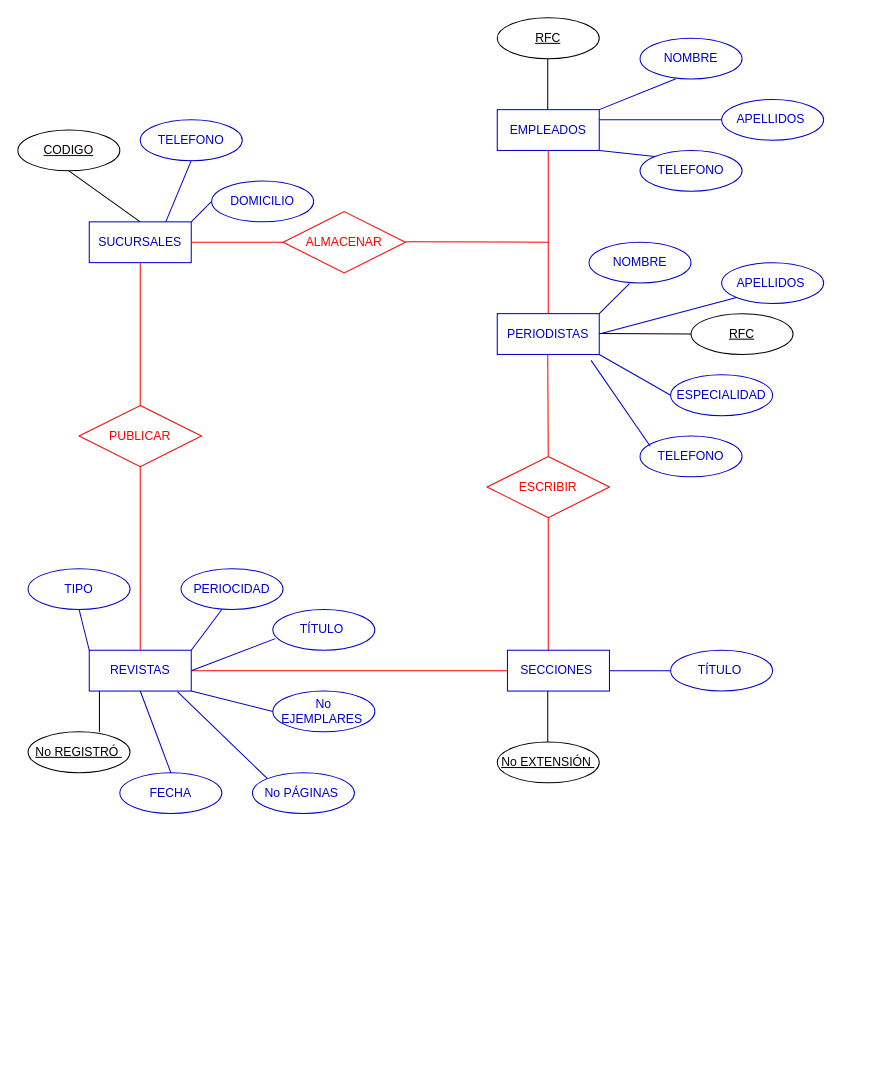
Before: formularios.drawio in IVONNE80/BASE-DE-DATOS, a draw.io diagram. Source tidied: cells renumbered, new cells numbered last; positions are measured from the earlier drawing's top-left corner, leaving out a move shared by most shapes. Both pictures are drawn from the tidied source at 102%, with x=0, y=0 at pixel (17, 17).
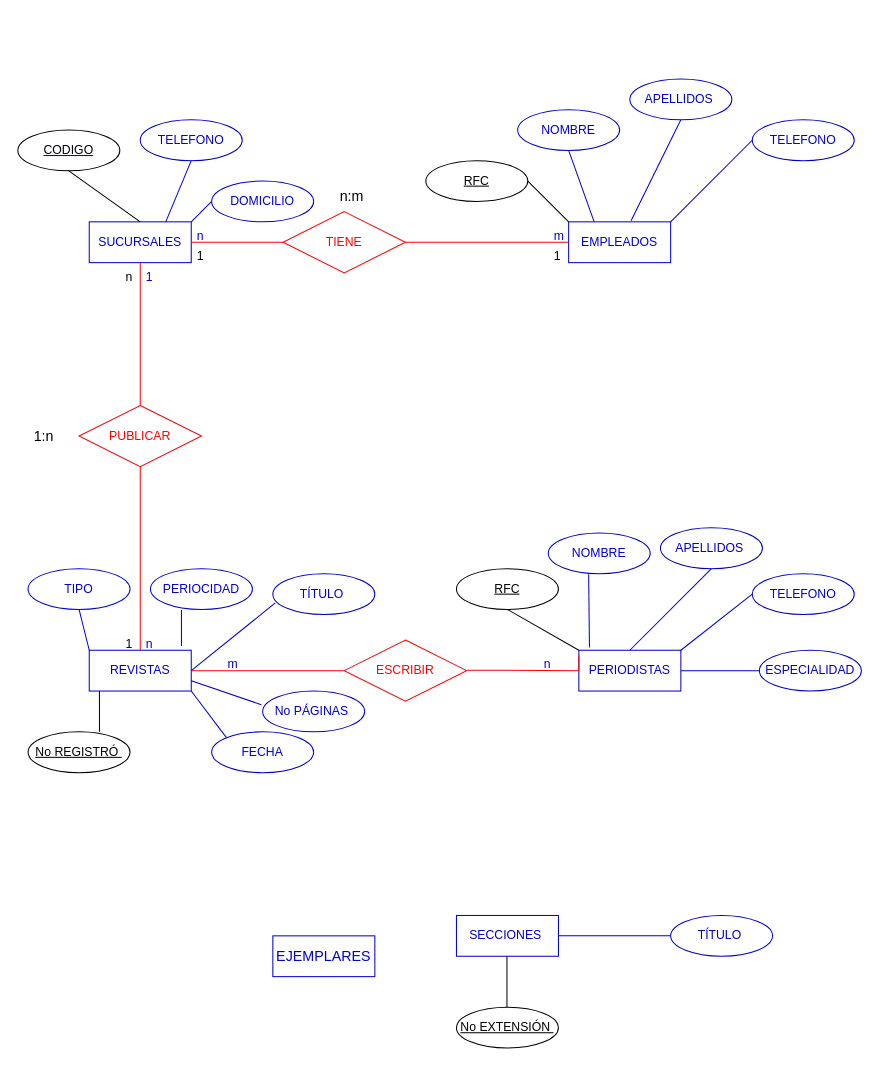
The same page after the edit.

Unchanged cells that the change refers to:
```xml
<mxCell id="4" value="&lt;font color=&quot;#0000cc&quot;&gt;REVISTAS&lt;/font&gt;" style="whiteSpace=wrap;html=1;align=center;strokeColor=#0000CC;" parent="1" vertex="1">
  <mxGeometry x="70" y="620" width="100" height="40" as="geometry" />
</mxCell>
```

Change to the diagram source:
```diff
@@
     <mxCell id="3" value="&lt;font color=&quot;#0000cc&quot;&gt;EMPLEADOS&lt;/font&gt;" style="whiteSpace=wrap;html=1;align=center;strokeColor=#0000CC;" parent="1" vertex="1">
-      <mxGeometry x="470" y="90" width="100" height="40" as="geometry" />
+      <mxGeometry x="540" y="200" width="100" height="40" as="geometry" />
     </mxCell>
@@
-    <mxCell id="5" value="&lt;font color=&quot;#ff0000&quot;&gt;ALMACENAR&lt;/font&gt;" style="shape=rhombus;perimeter=rhombusPerimeter;whiteSpace=wrap;html=1;align=center;strokeColor=#FF0000;" parent="1" vertex="1">
+    <mxCell id="5" value="&lt;font color=&quot;#ff0000&quot;&gt;TIENE&lt;/font&gt;" style="shape=rhombus;perimeter=rhombusPerimeter;whiteSpace=wrap;html=1;align=center;strokeColor=#FF0000;" parent="1" vertex="1">
       <mxGeometry x="260" y="190" width="120" height="60" as="geometry" />
     </mxCell>
@@
     <mxCell id="7" value="&lt;font color=&quot;#ff0000&quot;&gt;ESCRIBIR&lt;/font&gt;" style="shape=rhombus;perimeter=rhombusPerimeter;whiteSpace=wrap;html=1;align=center;strokeColor=#FF0000;" parent="1" vertex="1">
-      <mxGeometry x="460" y="430" width="120" height="60" as="geometry" />
+      <mxGeometry x="320" y="610" width="120" height="60" as="geometry" />
     </mxCell>
     <mxCell id="8" value="&lt;font color=&quot;#0000cc&quot;&gt;PERIODISTAS&lt;/font&gt;" style="whiteSpace=wrap;html=1;align=center;strokeColor=#0000CC;" parent="1" vertex="1">
-      <mxGeometry x="470" y="290" width="100" height="40" as="geometry" />
+      <mxGeometry x="550" y="620" width="100" height="40" as="geometry" />
     </mxCell>
-    <mxCell id="9" style="endArrow=none;html=1;rounded=0;strokeColor=#FF0000;" parent="1" edge="1">
-      <mxGeometry relative="1" as="geometry">
-        <mxPoint x="520" y="290" as="sourcePoint" />
-        <mxPoint x="520" y="220" as="targetPoint" />
-      </mxGeometry>
-    </mxCell>
-    <mxCell id="10" style="endArrow=none;html=1;rounded=0;entryX=0.5;entryY=1;entryDx=0;entryDy=0;strokeColor=#FF0000;" parent="1" edge="1" target="3">
+    <mxCell id="10" style="endArrow=none;html=1;rounded=0;strokeColor=#FF0000;entryX=0;entryY=0.5;entryDx=0;entryDy=0;startArrow=none;exitX=1;exitY=0.5;exitDx=0;exitDy=0;" parent="1" edge="1" source="5" target="3">
       <mxGeometry relative="1" as="geometry">
-        <mxPoint x="380" y="219.5" as="sourcePoint" />
         <Array as="points">
           <mxPoint x="520" y="220" />
         </Array>
       </mxGeometry>
     </mxCell>
@@
-    <mxCell id="13" style="endArrow=none;html=1;rounded=0;entryX=0.5;entryY=1;entryDx=0;entryDy=0;strokeColor=#FF0000;" parent="1" edge="1">
+    <mxCell id="13" style="endArrow=none;html=1;rounded=0;entryX=1;entryY=0.5;entryDx=0;entryDy=0;strokeColor=#FF0000;" parent="1" edge="1" target="4">
       <mxGeometry relative="1" as="geometry">
-        <mxPoint x="520" y="430" as="sourcePoint" />
-        <mxPoint x="519.5" y="330" as="targetPoint" />
+        <mxPoint x="319.5" y="640" as="sourcePoint" />
       </mxGeometry>
     </mxCell>
-    <mxCell id="14" style="endArrow=none;html=1;rounded=0;strokeColor=#FF0000;" parent="1" edge="1">
-      <mxGeometry relative="1" as="geometry">
-        <mxPoint x="170" y="220" as="sourcePoint" />
-        <mxPoint x="260" y="220" as="targetPoint" />
-      </mxGeometry>
-    </mxCell>
-    <mxCell id="15" style="endArrow=none;html=1;rounded=0;exitX=1;exitY=0.5;exitDx=0;exitDy=0;entryX=0.5;entryY=1;entryDx=0;entryDy=0;strokeColor=#FF0000;startArrow=none;" parent="1" edge="1" source="39" target="7">
-      <mxGeometry relative="1" as="geometry">
-        <Array as="points">
-          <mxPoint x="520" y="640" />
-        </Array>
-      </mxGeometry>
-    </mxCell>
@@
     <mxCell id="17" value="RFC" style="ellipse;whiteSpace=wrap;html=1;align=center;fontStyle=4;strokeColor=#000000;fontColor=#000000;" parent="1" vertex="1">
-      <mxGeometry x="470" width="100" height="40" as="geometry" />
+      <mxGeometry x="400" y="140" width="100" height="40" as="geometry" />
     </mxCell>
     <mxCell id="18" value="RFC" style="ellipse;whiteSpace=wrap;html=1;align=center;fontStyle=4;strokeColor=#000000;fontColor=#000000;" parent="1" vertex="1">
-      <mxGeometry x="660" y="290" width="100" height="40" as="geometry" />
+      <mxGeometry x="430" y="540" width="100" height="40" as="geometry" />
     </mxCell>
@@
-    <mxCell id="21" style="endArrow=none;html=1;rounded=0;strokeColor=#000000;fontColor=#000000;entryX=0.5;entryY=1;entryDx=0;entryDy=0;exitX=0.5;exitY=0;exitDx=0;exitDy=0;" parent="1" edge="1">
+    <mxCell id="21" style="endArrow=none;html=1;rounded=0;strokeColor=#000000;fontColor=#000000;entryX=1;entryY=0.5;entryDx=0;entryDy=0;exitX=0.5;exitY=0;exitDx=0;exitDy=0;" parent="1" edge="1" target="17">
       <mxGeometry relative="1" as="geometry">
-        <mxPoint x="519.5" y="90" as="sourcePoint" />
-        <mxPoint x="519.5" y="40" as="targetPoint" />
+        <mxPoint x="540" y="200" as="sourcePoint" />
       </mxGeometry>
     </mxCell>
@@
-    <mxCell id="23" style="endArrow=none;html=1;rounded=0;strokeColor=#000000;fontColor=#000000;" parent="1" edge="1">
+    <mxCell id="23" style="endArrow=none;html=1;rounded=0;strokeColor=#000000;fontColor=#000000;entryX=0;entryY=0;entryDx=0;entryDy=0;" parent="1" edge="1" target="8">
       <mxGeometry relative="1" as="geometry">
-        <mxPoint x="570" y="309.5" as="sourcePoint" />
-        <mxPoint x="660" y="310" as="targetPoint" />
+        <mxPoint x="480" y="580" as="sourcePoint" />
       </mxGeometry>
     </mxCell>
@@
     <mxCell id="26" value="&lt;font color=&quot;#0000cc&quot;&gt;NOMBRE&lt;/font&gt;" style="ellipse;whiteSpace=wrap;html=1;align=center;strokeColor=#0000CC;fontColor=#000000;" parent="1" vertex="1">
-      <mxGeometry x="610" y="20" width="100" height="40" as="geometry" />
+      <mxGeometry x="490" y="90" width="100" height="40" as="geometry" />
     </mxCell>
     <mxCell id="27" value="&lt;font color=&quot;#0000cc&quot;&gt;APELLIDOS&amp;nbsp;&lt;/font&gt;" style="ellipse;whiteSpace=wrap;html=1;align=center;strokeColor=#0000CC;fontColor=#000000;" parent="1" vertex="1">
-      <mxGeometry x="690" y="80" width="100" height="40" as="geometry" />
+      <mxGeometry x="600" y="60" width="100" height="40" as="geometry" />
     </mxCell>
     <mxCell id="28" value="&lt;font color=&quot;#0000cc&quot;&gt;TELEFONO&lt;/font&gt;" style="ellipse;whiteSpace=wrap;html=1;align=center;strokeColor=#0000CC;fontColor=#000000;" parent="1" vertex="1">
-      <mxGeometry x="610" y="130" width="100" height="40" as="geometry" />
+      <mxGeometry x="720" y="100" width="100" height="40" as="geometry" />
     </mxCell>
     <mxCell id="29" value="&lt;font color=&quot;#0000cc&quot;&gt;NOMBRE&lt;/font&gt;" style="ellipse;whiteSpace=wrap;html=1;align=center;strokeColor=#0000CC;fontColor=#000000;" parent="1" vertex="1">
-      <mxGeometry x="560" y="220" width="100" height="40" as="geometry" />
+      <mxGeometry x="520" y="505" width="100" height="40" as="geometry" />
     </mxCell>
     <mxCell id="30" value="&lt;font color=&quot;#0000cc&quot;&gt;APELLIDOS&amp;nbsp;&lt;/font&gt;" style="ellipse;whiteSpace=wrap;html=1;align=center;strokeColor=#0000CC;fontColor=#000000;" parent="1" vertex="1">
-      <mxGeometry x="690" y="240" width="100" height="40" as="geometry" />
+      <mxGeometry x="630" y="500" width="100" height="40" as="geometry" />
     </mxCell>
     <mxCell id="31" value="&lt;font color=&quot;#0000cc&quot;&gt;TELEFONO&lt;/font&gt;" style="ellipse;whiteSpace=wrap;html=1;align=center;strokeColor=#0000CC;fontColor=#000000;" parent="1" vertex="1">
-      <mxGeometry x="610" y="410" width="100" height="40" as="geometry" />
+      <mxGeometry x="720" y="545" width="100" height="40" as="geometry" />
     </mxCell>
     <mxCell id="32" value="&lt;font color=&quot;#0000cc&quot;&gt;ESPECIALIDAD&lt;/font&gt;" style="ellipse;whiteSpace=wrap;html=1;align=center;strokeColor=#0000CC;fontColor=#000000;" parent="1" vertex="1">
-      <mxGeometry x="640" y="350" width="100" height="40" as="geometry" />
+      <mxGeometry x="727" y="620" width="100" height="40" as="geometry" />
     </mxCell>
     <mxCell id="33" value="&lt;font color=&quot;#0000cc&quot;&gt;TÍTULO&amp;nbsp;&lt;/font&gt;" style="ellipse;whiteSpace=wrap;html=1;align=center;strokeColor=#0000CC;fontColor=#000000;" parent="1" vertex="1">
-      <mxGeometry x="250" y="580" width="100" height="40" as="geometry" />
+      <mxGeometry x="250" y="545" width="100" height="40" as="geometry" />
     </mxCell>
     <mxCell id="34" value="&lt;font color=&quot;#0000cc&quot;&gt;PERIOCIDAD&lt;/font&gt;" style="ellipse;whiteSpace=wrap;html=1;align=center;strokeColor=#0000CC;fontColor=#000000;" parent="1" vertex="1">
-      <mxGeometry x="160" y="540" width="100" height="40" as="geometry" />
+      <mxGeometry x="130" y="540" width="100" height="40" as="geometry" />
     </mxCell>
@@
     <mxCell id="36" value="&lt;font color=&quot;#0000cc&quot;&gt;FECHA&lt;/font&gt;" style="ellipse;whiteSpace=wrap;html=1;align=center;strokeColor=#0000CC;fontColor=#000000;" parent="1" vertex="1">
-      <mxGeometry x="100" y="740" width="100" height="40" as="geometry" />
+      <mxGeometry x="190" y="700" width="100" height="40" as="geometry" />
     </mxCell>
     <mxCell id="37" value="&lt;font color=&quot;#0000cc&quot;&gt;No PÁGINAS&amp;nbsp;&lt;/font&gt;" style="ellipse;whiteSpace=wrap;html=1;align=center;strokeColor=#0000CC;fontColor=#000000;" parent="1" vertex="1">
-      <mxGeometry x="230" y="740" width="100" height="40" as="geometry" />
+      <mxGeometry x="240" y="660" width="100" height="40" as="geometry" />
     </mxCell>
-    <mxCell id="38" value="&lt;font color=&quot;#0000cc&quot;&gt;No EJEMPLARES&amp;nbsp;&lt;/font&gt;" style="ellipse;whiteSpace=wrap;html=1;align=center;strokeColor=#0000CC;fontColor=#000000;" parent="1" vertex="1">
-      <mxGeometry x="250" y="660" width="100" height="40" as="geometry" />
-    </mxCell>
     <mxCell id="39" value="&lt;font color=&quot;#0000cc&quot;&gt;SECCIONES&amp;nbsp;&lt;/font&gt;" style="whiteSpace=wrap;html=1;align=center;strokeColor=#0000CC;" parent="1" vertex="1">
-      <mxGeometry x="480" y="620" width="100" height="40" as="geometry" />
+      <mxGeometry x="430" y="880" width="100" height="40" as="geometry" />
     </mxCell>
-    <mxCell id="40" style="endArrow=none;html=1;rounded=0;exitX=1;exitY=0.5;exitDx=0;exitDy=0;entryX=0;entryY=0.5;entryDx=0;entryDy=0;strokeColor=#FF0000;" parent="1" edge="1" source="4" target="39">
-      <mxGeometry relative="1" as="geometry">
-        <Array as="points">
-          <mxPoint x="480" y="640" />
-        </Array>
-      </mxGeometry>
-    </mxCell>
     <mxCell id="41" value="&lt;font color=&quot;#0000cc&quot;&gt;TÍTULO&amp;nbsp;&lt;/font&gt;" style="ellipse;whiteSpace=wrap;html=1;align=center;strokeColor=#0000CC;fontColor=#000000;" parent="1" vertex="1">
-      <mxGeometry x="640" y="620" width="100" height="40" as="geometry" />
+      <mxGeometry x="640" y="880" width="100" height="40" as="geometry" />
     </mxCell>
     <mxCell id="42" value="No EXTENSIÓN&amp;nbsp;" style="ellipse;whiteSpace=wrap;html=1;align=center;fontStyle=4;strokeColor=#000000;fontColor=#000000;" parent="1" vertex="1">
-      <mxGeometry x="470" y="710" width="100" height="40" as="geometry" />
+      <mxGeometry x="430" y="970" width="100" height="40" as="geometry" />
     </mxCell>
     <mxCell id="43" style="endArrow=none;html=1;rounded=0;strokeColor=#000000;fontColor=#000000;entryX=0.5;entryY=1;entryDx=0;entryDy=0;exitX=0.5;exitY=0;exitDx=0;exitDy=0;" parent="1" edge="1">
       <mxGeometry relative="1" as="geometry">
-        <mxPoint x="519.5" y="710" as="sourcePoint" />
-        <mxPoint x="519.5" y="660" as="targetPoint" />
+        <mxPoint x="479.5" y="970" as="sourcePoint" />
+        <mxPoint x="479.5" y="920" as="targetPoint" />
       </mxGeometry>
     </mxCell>
-    <mxCell id="44" style="endArrow=none;html=1;rounded=0;strokeColor=#0000CC;fontColor=#0000CC;exitX=1;exitY=0.25;exitDx=0;exitDy=0;" parent="1" edge="1" source="3">
+    <mxCell id="44" style="endArrow=none;html=1;rounded=0;strokeColor=#0000CC;fontColor=#0000CC;exitX=0.612;exitY=-0.025;exitDx=0;exitDy=0;exitPerimeter=0;" parent="1" edge="1" source="3">
       <mxGeometry relative="1" as="geometry">
-        <mxPoint x="690" y="100" as="targetPoint" />
+        <mxPoint x="650" y="100" as="targetPoint" />
       </mxGeometry>
     </mxCell>
-    <mxCell id="45" style="endArrow=none;html=1;rounded=0;strokeColor=#0000CC;fontColor=#0000CC;exitX=1;exitY=1;exitDx=0;exitDy=0;entryX=0;entryY=0;entryDx=0;entryDy=0;" parent="1" edge="1" source="3" target="28">
+    <mxCell id="45" style="endArrow=none;html=1;rounded=0;strokeColor=#0000CC;fontColor=#0000CC;exitX=1;exitY=0;exitDx=0;exitDy=0;entryX=0;entryY=0.5;entryDx=0;entryDy=0;" parent="1" edge="1" source="3" target="28">
       <mxGeometry relative="1" as="geometry" />
     </mxCell>
-    <mxCell id="46" style="endArrow=none;html=1;rounded=0;strokeColor=#0000CC;fontColor=#0000CC;exitX=1;exitY=0;exitDx=0;exitDy=0;entryX=0.352;entryY=0.995;entryDx=0;entryDy=0;entryPerimeter=0;" parent="1" edge="1" source="3" target="26">
+    <mxCell id="46" style="endArrow=none;html=1;rounded=0;strokeColor=#0000CC;fontColor=#0000CC;exitX=0.25;exitY=0;exitDx=0;exitDy=0;entryX=0.5;entryY=1;entryDx=0;entryDy=0;" parent="1" edge="1" source="3" target="26">
       <mxGeometry relative="1" as="geometry" />
     </mxCell>
-    <mxCell id="47" style="endArrow=none;html=1;rounded=0;strokeColor=#0000CC;fontColor=#0000CC;exitX=1;exitY=1;exitDx=0;exitDy=0;entryX=0.396;entryY=1.015;entryDx=0;entryDy=0;entryPerimeter=0;" parent="1" edge="1" target="29">
-      <mxGeometry relative="1" as="geometry">
-        <mxPoint x="570" y="290" as="sourcePoint" />
-      </mxGeometry>
+    <mxCell id="47" style="endArrow=none;html=1;rounded=0;strokeColor=#0000CC;fontColor=#0000CC;entryX=0.396;entryY=1.015;entryDx=0;entryDy=0;entryPerimeter=0;exitX=0.104;exitY=-0.065;exitDx=0;exitDy=0;exitPerimeter=0;" parent="1" edge="1" source="8" target="29">
+      <mxGeometry relative="1" as="geometry" />
     </mxCell>
-    <mxCell id="48" style="endArrow=none;html=1;rounded=0;strokeColor=#0000CC;fontColor=#0000CC;exitX=1;exitY=0.5;exitDx=0;exitDy=0;entryX=0;entryY=1;entryDx=0;entryDy=0;" parent="1" edge="1" source="8" target="30">
+    <mxCell id="48" style="endArrow=none;html=1;rounded=0;strokeColor=#0000CC;fontColor=#0000CC;exitX=0.5;exitY=0;exitDx=0;exitDy=0;entryX=0.5;entryY=1;entryDx=0;entryDy=0;" parent="1" edge="1" source="8" target="30">
       <mxGeometry relative="1" as="geometry" />
     </mxCell>
-    <mxCell id="49" style="endArrow=none;html=1;rounded=0;strokeColor=#0000CC;fontColor=#0000CC;exitX=1;exitY=1;exitDx=0;exitDy=0;entryX=0.396;entryY=1.015;entryDx=0;entryDy=0;entryPerimeter=0;" parent="1" edge="1" source="8">
-      <mxGeometry relative="1" as="geometry">
-        <mxPoint x="640" y="370" as="targetPoint" />
-      </mxGeometry>
+    <mxCell id="49" style="endArrow=none;html=1;rounded=0;strokeColor=#0000CC;fontColor=#0000CC;exitX=1;exitY=0.5;exitDx=0;exitDy=0;entryX=0;entryY=0.5;entryDx=0;entryDy=0;" parent="1" edge="1" source="8" target="32">
+      <mxGeometry relative="1" as="geometry" />
     </mxCell>
-    <mxCell id="50" style="endArrow=none;html=1;rounded=0;strokeColor=#0000CC;fontColor=#0000CC;exitX=0.92;exitY=1.145;exitDx=0;exitDy=0;entryX=0.396;entryY=1.015;entryDx=0;entryDy=0;entryPerimeter=0;exitPerimeter=0;" parent="1" edge="1" source="8">
-      <mxGeometry relative="1" as="geometry">
-        <mxPoint x="620" y="420" as="targetPoint" />
-      </mxGeometry>
+    <mxCell id="50" style="endArrow=none;html=1;rounded=0;strokeColor=#0000CC;fontColor=#0000CC;exitX=1;exitY=0;exitDx=0;exitDy=0;entryX=0;entryY=0.5;entryDx=0;entryDy=0;" parent="1" edge="1" source="8" target="31">
+      <mxGeometry relative="1" as="geometry" />
     </mxCell>
@@
-    <mxCell id="54" style="endArrow=none;html=1;rounded=0;strokeColor=#0000CC;fontColor=#0000CC;exitX=1;exitY=0.5;exitDx=0;exitDy=0;" parent="1" edge="1">
-      <mxGeometry relative="1" as="geometry">
-        <mxPoint x="170" y="620" as="sourcePoint" />
-        <mxPoint x="200" y="580" as="targetPoint" />
-      </mxGeometry>
+    <mxCell id="54" style="endArrow=none;html=1;rounded=0;strokeColor=#0000CC;fontColor=#0000CC;exitX=0.904;exitY=-0.105;exitDx=0;exitDy=0;entryX=0.304;entryY=1.015;entryDx=0;entryDy=0;entryPerimeter=0;exitPerimeter=0;" parent="1" edge="1" source="4" target="34">
+      <mxGeometry relative="1" as="geometry" />
     </mxCell>
@@
-    <mxCell id="56" style="endArrow=none;html=1;rounded=0;strokeColor=#0000CC;fontColor=#0000CC;exitX=1;exitY=1;exitDx=0;exitDy=0;entryX=0;entryY=0.5;entryDx=0;entryDy=0;" parent="1" edge="1" source="4" target="38">
-      <mxGeometry relative="1" as="geometry" />
-    </mxCell>
@@
-    <mxCell id="58" style="endArrow=none;html=1;rounded=0;strokeColor=#0000CC;fontColor=#0000CC;exitX=0.864;exitY=1.015;exitDx=0;exitDy=0;entryX=0;entryY=0;entryDx=0;entryDy=0;exitPerimeter=0;" parent="1" edge="1" source="4" target="37">
+    <mxCell id="58" style="endArrow=none;html=1;rounded=0;strokeColor=#0000CC;fontColor=#0000CC;exitX=1;exitY=0.75;exitDx=0;exitDy=0;entryX=-0.012;entryY=0.335;entryDx=0;entryDy=0;entryPerimeter=0;" parent="1" edge="1" source="4" target="37">
       <mxGeometry relative="1" as="geometry" />
     </mxCell>
-    <mxCell id="59" style="endArrow=none;html=1;rounded=0;strokeColor=#0000CC;fontColor=#0000CC;entryX=0.5;entryY=0;entryDx=0;entryDy=0;exitX=0.5;exitY=1;exitDx=0;exitDy=0;" parent="1" edge="1" source="4" target="36">
+    <mxCell id="59" style="endArrow=none;html=1;rounded=0;strokeColor=#0000CC;fontColor=#0000CC;entryX=0;entryY=0;entryDx=0;entryDy=0;exitX=1;exitY=1;exitDx=0;exitDy=0;" parent="1" edge="1" source="4" target="36">
       <mxGeometry relative="1" as="geometry" />
     </mxCell>
+    <mxCell id="60" value="&lt;font color=&quot;#0000cc&quot;&gt;EJEMPLARES&lt;/font&gt;" style="whiteSpace=wrap;html=1;align=center;strokeColor=#0000CC;fontSize=14;fontColor=#FF0000;" parent="1" vertex="1">
+      <mxGeometry x="250" y="900" width="100" height="40" as="geometry" />
+    </mxCell>
+    <mxCell id="61" style="endArrow=none;html=1;rounded=0;strokeColor=#FF0000;entryX=0;entryY=0.5;entryDx=0;entryDy=0;" parent="1" edge="1" target="5">
+      <mxGeometry relative="1" as="geometry">
+        <mxPoint x="170" y="220" as="sourcePoint" />
+      </mxGeometry>
+    </mxCell>
+    <mxCell id="62" value="n" style="text;strokeColor=none;fillColor=none;spacingLeft=4;spacingRight=4;overflow=hidden;fontSize=12;fontColor=#0000CC;" parent="1" vertex="1">
+      <mxGeometry x="170" y="200" width="20" height="30" as="geometry" />
+    </mxCell>
+    <mxCell id="63" value="m" style="text;strokeColor=none;fillColor=none;spacingLeft=4;spacingRight=4;overflow=hidden;fontSize=12;fontColor=#0000CC;" parent="1" vertex="1">
+      <mxGeometry x="520" y="200" width="20" height="30" as="geometry" />
+    </mxCell>
+    <mxCell id="64" value="1" style="text;strokeColor=none;fillColor=none;spacingLeft=4;spacingRight=4;overflow=hidden;fontSize=12;fontColor=#000000;" parent="1" vertex="1">
+      <mxGeometry x="520" y="220" width="20" height="30" as="geometry" />
+    </mxCell>
+    <mxCell id="65" value="1" style="text;strokeColor=none;fillColor=none;spacingLeft=4;spacingRight=4;overflow=hidden;fontSize=12;fontColor=#000000;" parent="1" vertex="1">
+      <mxGeometry x="170" y="220" width="20" height="30" as="geometry" />
+    </mxCell>
+    <mxCell id="66" value="1" style="text;strokeColor=none;fillColor=none;spacingLeft=4;spacingRight=4;overflow=hidden;fontSize=12;fontColor=#000000;" parent="1" vertex="1">
+      <mxGeometry x="100" y="600" width="20" height="30" as="geometry" />
+    </mxCell>
+    <mxCell id="67" value="n" style="text;strokeColor=none;fillColor=none;spacingLeft=4;spacingRight=4;overflow=hidden;fontSize=12;fontColor=#000000;" parent="1" vertex="1">
+      <mxGeometry x="100" y="240" width="20" height="30" as="geometry" />
+    </mxCell>
+    <mxCell id="68" style="endArrow=none;html=1;rounded=0;entryX=1;entryY=0.5;entryDx=0;entryDy=0;strokeColor=#FF0000;startArrow=none;" parent="1" edge="1">
+      <mxGeometry relative="1" as="geometry">
+        <mxPoint x="550" y="640" as="sourcePoint" />
+        <mxPoint x="440" y="639.5" as="targetPoint" />
+      </mxGeometry>
+    </mxCell>
+    <mxCell id="69" value="n:m" style="text;strokeColor=none;fillColor=none;spacingLeft=4;spacingRight=4;overflow=hidden;fontSize=14;fontColor=#000000;" parent="1" vertex="1">
+      <mxGeometry x="310" y="160" width="40" height="30" as="geometry" />
+    </mxCell>
+    <mxCell id="70" value="1" style="text;strokeColor=none;fillColor=none;spacingLeft=4;spacingRight=4;overflow=hidden;fontSize=12;fontColor=#0000CC;" parent="1" vertex="1">
+      <mxGeometry x="120" y="240" width="20" height="30" as="geometry" />
+    </mxCell>
+    <mxCell id="71" value="n" style="text;strokeColor=none;fillColor=none;spacingLeft=4;spacingRight=4;overflow=hidden;fontSize=12;fontColor=#0000CC;" parent="1" vertex="1">
+      <mxGeometry x="120" y="600" width="20" height="30" as="geometry" />
+    </mxCell>
+    <mxCell id="72" value="1:n" style="text;strokeColor=none;fillColor=none;spacingLeft=4;spacingRight=4;overflow=hidden;fontSize=14;fontColor=#000000;" parent="1" vertex="1">
+      <mxGeometry x="10" y="395" width="50" height="30" as="geometry" />
+    </mxCell>
+    <mxCell id="73" value="m" style="text;strokeColor=none;fillColor=none;spacingLeft=4;spacingRight=4;overflow=hidden;fontSize=12;fontColor=#0000CC;" parent="1" vertex="1">
+      <mxGeometry x="200" y="620" width="20" height="30" as="geometry" />
+    </mxCell>
+    <mxCell id="74" style="endArrow=none;html=1;rounded=0;entryX=1;entryY=0.5;entryDx=0;entryDy=0;strokeColor=#FF0000;" parent="1" edge="1">
+      <mxGeometry relative="1" as="geometry">
+        <mxPoint x="550" y="640" as="sourcePoint" />
+        <mxPoint x="550" y="625" as="targetPoint" />
+      </mxGeometry>
+    </mxCell>
+    <mxCell id="75" value="n" style="text;strokeColor=none;fillColor=none;spacingLeft=4;spacingRight=4;overflow=hidden;fontSize=12;fontColor=#0000CC;" parent="1" vertex="1">
+      <mxGeometry x="510" y="620" width="20" height="30" as="geometry" />
+    </mxCell>
```
